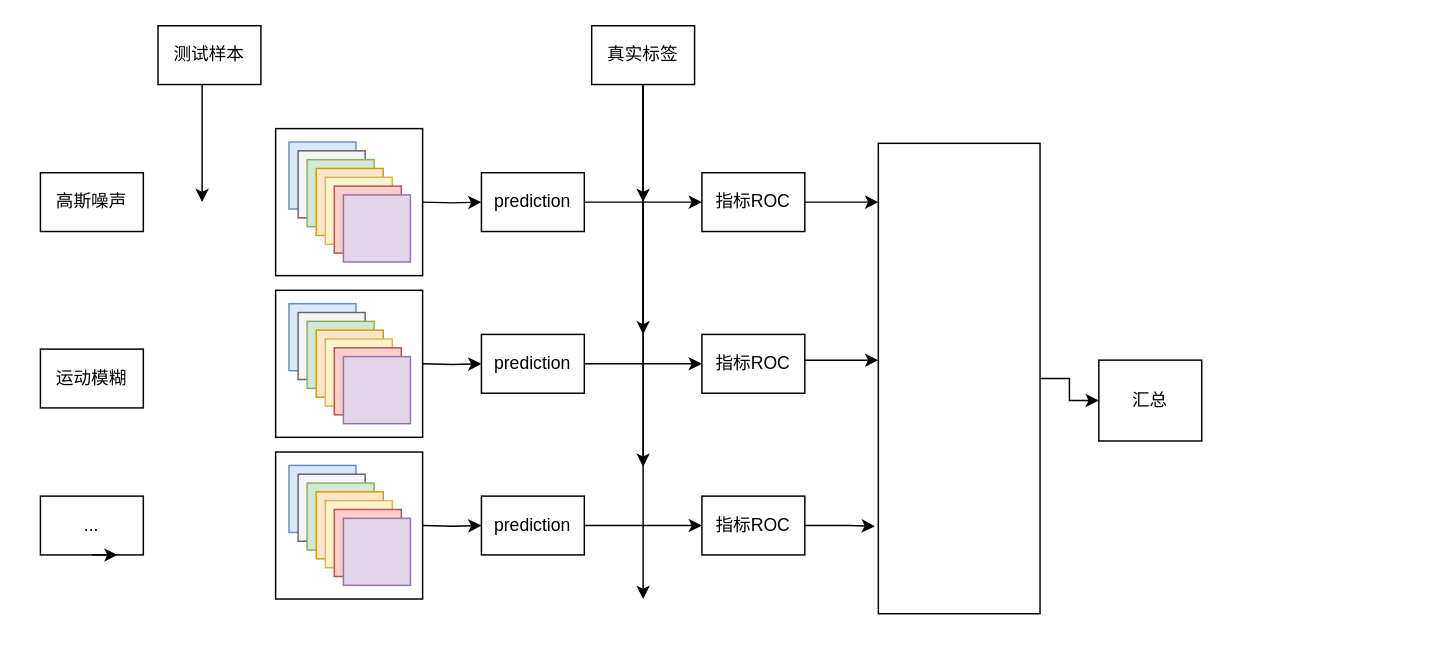
Above: page "Page-4" (4 of 7) of draw.io/Untitled Diagram.drawio in Peiiii/notes (draw.io), before the change. Source tidied: cells renumbered, new cells numbered last; positions are measured from the earlier drawing's top-left corner, leaving out a move shared by most shapes. Both pictures are drawn from the tidied source at 147%, with x=0, y=0 at pixel (40, 25).
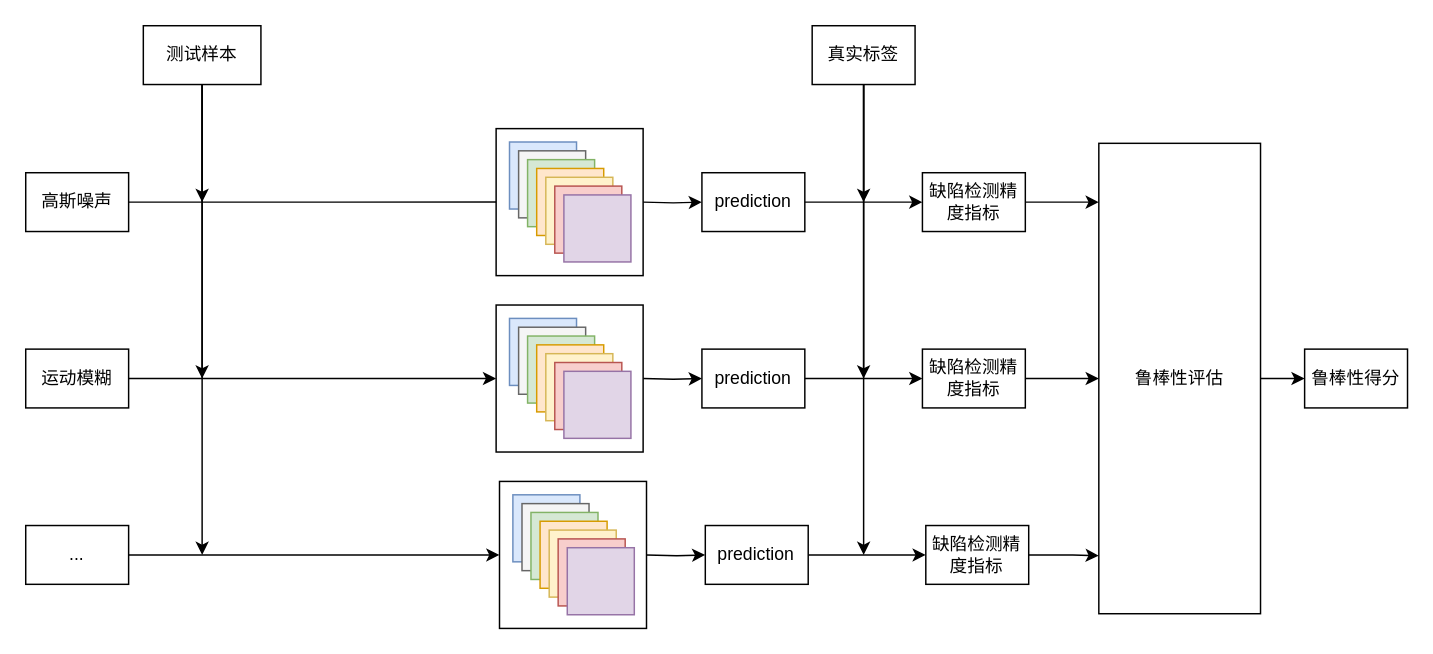
The same diagram, later.

The change refers to these unchanged cells:
```xml
<mxCell id="14" style="rounded=0;whiteSpace=wrap;html=1;fontSize=48;" parent="13" vertex="1">
  <mxGeometry width="100" height="100" as="geometry" />
</mxCell>
<mxCell id="43" style="whiteSpace=wrap;html=1;fontSize=48;fillColor=#ffe6cc;strokeColor=#d79b00;" parent="39" vertex="1">
  <mxGeometry x="18.5" y="18" width="45.6" height="45.6" as="geometry" />
</mxCell>
<mxCell id="48" style="rounded=0;whiteSpace=wrap;html=1;fontSize=48;" parent="47" vertex="1">
  <mxGeometry width="100" height="100" as="geometry" />
</mxCell>
```

The edit, as a diff of the source:
```diff
@@
     <mxCell id="3" style="group;" parent="1" vertex="1">
-      <mxGeometry x="170" y="80" width="350" height="80" as="geometry" />
+      <mxGeometry x="320" y="80" width="350" height="80" as="geometry" />
     </mxCell>
@@
-    <mxCell id="7" value="指标ROC" style="rounded=0;whiteSpace=wrap;html=1;" parent="3" vertex="1">
+    <mxCell id="7" value="缺陷检测精度指标" style="rounded=0;whiteSpace=wrap;html=1;" parent="3" vertex="1">
       <mxGeometry x="280" y="20" width="70" height="40" as="geometry" />
     </mxCell>
     <mxCell id="8" style="group;" parent="1" vertex="1">
-      <mxGeometry x="170" y="170" width="350" height="110" as="geometry" />
+      <mxGeometry x="320" y="170" width="350" height="110" as="geometry" />
     </mxCell>
     <mxCell id="9" style="edgeStyle=orthogonalEdgeStyle;rounded=0;orthogonalLoop=1;jettySize=auto;html=1;fontSize=48;" parent="8" edge="1">
       <mxGeometry relative="1" as="geometry">
-        <mxPoint x="200" y="60" as="sourcePoint" />
-        <mxPoint x="280" y="60" as="targetPoint" />
+        <mxPoint x="200" y="70" as="sourcePoint" />
+        <mxPoint x="280" y="70" as="targetPoint" />
       </mxGeometry>
     </mxCell>
     <mxCell id="10" style="edgeStyle=orthogonalEdgeStyle;rounded=0;orthogonalLoop=1;jettySize=auto;html=1;exitX=1;exitY=0.5;exitDx=0;exitDy=0;entryX=0;entryY=0.5;entryDx=0;entryDy=0;fontSize=48;" parent="8" edge="1">
       <mxGeometry relative="1" as="geometry">
-        <mxPoint x="90" y="60" as="sourcePoint" />
-        <mxPoint x="130" y="60" as="targetPoint" />
+        <mxPoint x="90" y="70" as="sourcePoint" />
+        <mxPoint x="130" y="70" as="targetPoint" />
       </mxGeometry>
     </mxCell>
     <mxCell id="11" value="prediction" style="rounded=0;whiteSpace=wrap;html=1;" parent="8" vertex="1">
-      <mxGeometry x="130" y="40" width="70" height="40" as="geometry" />
+      <mxGeometry x="130" y="50" width="70" height="40" as="geometry" />
     </mxCell>
-    <mxCell id="12" value="指标ROC" style="rounded=0;whiteSpace=wrap;html=1;" parent="8" vertex="1">
-      <mxGeometry x="280" y="40" width="70" height="40" as="geometry" />
+    <mxCell id="12" value="缺陷检测精度指标" style="rounded=0;whiteSpace=wrap;html=1;" parent="8" vertex="1">
+      <mxGeometry x="280" y="50" width="70" height="40" as="geometry" />
     </mxCell>
     <mxCell id="13" style="group;" parent="8" vertex="1">
-      <mxGeometry x="-10" y="10" width="100" height="100" as="geometry" />
+      <mxGeometry x="-10" y="20" width="100" height="100" as="geometry" />
     </mxCell>
@@
-    <mxCell id="23" style="edgeStyle=orthogonalEdgeStyle;rounded=0;jettySize=auto;html=1;exitX=1;exitY=0.5;exitDx=0;exitDy=0;fontSize=48;" parent="1" edge="1" source="24" target="26">
-      <mxGeometry relative="1" as="geometry" />
-    </mxCell>
+    <mxCell id="64" style="edgeStyle=orthogonalEdgeStyle;rounded=0;jettySize=auto;html=1;fontSize=12;" parent="1" edge="1" source="24" target="73">
+      <mxGeometry relative="1" as="geometry" />
+    </mxCell>
     <mxCell id="24" style="rounded=0;whiteSpace=wrap;html=1;fontSize=48;" parent="1" vertex="1">
-      <mxGeometry x="570" y="80" width="110" height="320" as="geometry" />
+      <mxGeometry x="720" y="80" width="110" height="320" as="geometry" />
     </mxCell>
-    <mxCell id="25" style="edgeStyle=orthogonalEdgeStyle;rounded=0;orthogonalLoop=1;jettySize=auto;html=1;exitX=1;exitY=0.5;exitDx=0;exitDy=0;entryX=0;entryY=0.371;entryDx=0;entryDy=0;entryPerimeter=0;fontSize=48;" parent="1" edge="1">
-      <mxGeometry relative="1" as="geometry">
-        <mxPoint x="520" y="227.6" as="sourcePoint" />
-        <mxPoint x="570" y="227.5" as="targetPoint" />
-        <Array as="points">
-          <mxPoint x="550" y="228" />
-          <mxPoint x="550" y="228" />
-        </Array>
-      </mxGeometry>
-    </mxCell>
-    <mxCell id="26" style="rounded=0;whiteSpace=wrap;html=1;fontSize=48;" parent="1" vertex="1">
-      <mxGeometry x="720" y="227.5" width="70" height="55" as="geometry" />
-    </mxCell>
-    <mxCell id="27" value="汇总" style="text;html=1;strokeColor=none;fillColor=none;align=center;verticalAlign=middle;whiteSpace=wrap;rounded=0;fontSize=12;" parent="1" vertex="1">
-      <mxGeometry x="725" y="240" width="60" height="30" as="geometry" />
-    </mxCell>
-    <mxCell id="28" style="edgeStyle=orthogonalEdgeStyle;rounded=0;orthogonalLoop=1;jettySize=auto;html=1;exitX=0.5;exitY=1;exitDx=0;exitDy=0;fontSize=12;" parent="1" edge="1">
-      <mxGeometry relative="1" as="geometry">
-        <mxPoint x="410" y="40" as="sourcePoint" />
-        <mxPoint x="410" y="300" as="targetPoint" />
-      </mxGeometry>
-    </mxCell>
+    <mxCell id="65" style="edgeStyle=orthogonalEdgeStyle;rounded=0;jettySize=auto;html=1;" parent="1" edge="1" source="29" target="43">
+      <mxGeometry relative="1" as="geometry" />
+    </mxCell>
     <mxCell id="29" value="高斯噪声" style="rounded=0;whiteSpace=wrap;html=1;" parent="1" vertex="1">
-      <mxGeometry y="100" width="70" height="40" as="geometry" />
+      <mxGeometry x="-10" y="100" width="70" height="40" as="geometry" />
     </mxCell>
+    <mxCell id="66" style="edgeStyle=orthogonalEdgeStyle;rounded=0;jettySize=auto;html=1;exitX=1;exitY=0.5;exitDx=0;exitDy=0;entryX=0;entryY=0.5;entryDx=0;entryDy=0;fontSize=12;" parent="1" edge="1" source="30" target="14">
+      <mxGeometry relative="1" as="geometry" />
+    </mxCell>
     <mxCell id="30" value="运动模糊" style="rounded=0;whiteSpace=wrap;html=1;" parent="1" vertex="1">
-      <mxGeometry y="220" width="70" height="40" as="geometry" />
+      <mxGeometry x="-10" y="220" width="70" height="40" as="geometry" />
     </mxCell>
+    <mxCell id="67" style="edgeStyle=orthogonalEdgeStyle;rounded=0;jettySize=auto;html=1;exitX=1;exitY=0.5;exitDx=0;exitDy=0;fontSize=12;entryX=0;entryY=0.5;entryDx=0;entryDy=0;" parent="1" edge="1" source="31" target="48">
+      <mxGeometry relative="1" as="geometry" />
+    </mxCell>
     <mxCell id="31" value="..." style="rounded=0;whiteSpace=wrap;html=1;" parent="1" vertex="1">
-      <mxGeometry y="320" width="70" height="40" as="geometry" />
+      <mxGeometry x="-10" y="340" width="70" height="40" as="geometry" />
     </mxCell>
+    <mxCell id="68" style="edgeStyle=orthogonalEdgeStyle;rounded=0;jettySize=auto;html=1;exitX=0.5;exitY=1;exitDx=0;exitDy=0;fontSize=12;" parent="1" edge="1" source="32">
+      <mxGeometry relative="1" as="geometry">
+        <mxPoint x="110" y="240" as="targetPoint" />
+      </mxGeometry>
+    </mxCell>
+    <mxCell id="69" style="edgeStyle=orthogonalEdgeStyle;rounded=0;jettySize=auto;html=1;exitX=0.5;exitY=1;exitDx=0;exitDy=0;fontSize=12;" parent="1" edge="1" source="32">
+      <mxGeometry relative="1" as="geometry">
+        <mxPoint x="110" y="360" as="targetPoint" />
+      </mxGeometry>
+    </mxCell>
     <mxCell id="32" value="测试样本" style="rounded=0;whiteSpace=wrap;html=1;" parent="1" vertex="1">
-      <mxGeometry x="80" width="70" height="40" as="geometry" />
+      <mxGeometry x="70" width="80" height="40" as="geometry" />
     </mxCell>
     <mxCell id="33" style="edgeStyle=orthogonalEdgeStyle;rounded=0;jettySize=auto;html=1;exitX=0.5;exitY=1;exitDx=0;exitDy=0;" parent="1" edge="1" source="36">
       <mxGeometry relative="1" as="geometry">
-        <mxPoint x="410" y="120" as="targetPoint" />
+        <mxPoint x="560" y="120" as="targetPoint" />
       </mxGeometry>
     </mxCell>
-    <mxCell id="34" style="edgeStyle=orthogonalEdgeStyle;rounded=0;jettySize=auto;html=1;exitX=0.5;exitY=1;exitDx=0;exitDy=0;" parent="1" edge="1" source="36">
-      <mxGeometry relative="1" as="geometry">
-        <mxPoint x="410" y="210" as="targetPoint" />
-      </mxGeometry>
-    </mxCell>
-    <mxCell id="35" style="edgeStyle=orthogonalEdgeStyle;rounded=0;jettySize=auto;html=1;exitX=0.5;exitY=1;exitDx=0;exitDy=0;" parent="1" edge="1" source="36">
-      <mxGeometry relative="1" as="geometry">
-        <mxPoint x="410" y="390" as="targetPoint" />
-      </mxGeometry>
-    </mxCell>
+    <mxCell id="70" style="edgeStyle=orthogonalEdgeStyle;rounded=0;jettySize=auto;html=1;exitX=0.5;exitY=1;exitDx=0;exitDy=0;fontSize=12;" parent="1" edge="1" source="36">
+      <mxGeometry relative="1" as="geometry">
+        <mxPoint x="560" y="240" as="targetPoint" />
+      </mxGeometry>
+    </mxCell>
+    <mxCell id="71" style="edgeStyle=orthogonalEdgeStyle;rounded=0;jettySize=auto;html=1;exitX=0.5;exitY=1;exitDx=0;exitDy=0;fontSize=12;" parent="1" edge="1" source="36">
+      <mxGeometry relative="1" as="geometry">
+        <mxPoint x="560" y="360" as="targetPoint" />
+      </mxGeometry>
+    </mxCell>
     <mxCell id="36" value="真实标签" style="rounded=0;whiteSpace=wrap;html=1;" parent="1" vertex="1">
-      <mxGeometry x="375" width="70" height="40" as="geometry" />
+      <mxGeometry x="525" width="70" height="40" as="geometry" />
     </mxCell>
     <mxCell id="37" style="group;" parent="1" vertex="1">
-      <mxGeometry x="160" y="70" width="100" height="100" as="geometry" />
+      <mxGeometry x="310" y="70" width="100" height="100" as="geometry" />
     </mxCell>
@@
     <mxCell id="47" style="group;" parent="1" vertex="1">
-      <mxGeometry x="160" y="290" width="100" height="100" as="geometry" />
+      <mxGeometry x="312.3" y="310" width="100" height="100" as="geometry" />
     </mxCell>
@@
     <mxCell id="57" style="edgeStyle=orthogonalEdgeStyle;rounded=0;orthogonalLoop=1;jettySize=auto;html=1;fontSize=48;" parent="1" edge="1">
       <mxGeometry relative="1" as="geometry">
-        <mxPoint x="370" y="340" as="sourcePoint" />
-        <mxPoint x="450" y="340" as="targetPoint" />
+        <mxPoint x="522.3" y="360" as="sourcePoint" />
+        <mxPoint x="602.3" y="360" as="targetPoint" />
       </mxGeometry>
     </mxCell>
     <mxCell id="58" style="edgeStyle=orthogonalEdgeStyle;rounded=0;orthogonalLoop=1;jettySize=auto;html=1;exitX=1;exitY=0.5;exitDx=0;exitDy=0;entryX=0;entryY=0.5;entryDx=0;entryDy=0;fontSize=48;" parent="1" edge="1">
       <mxGeometry relative="1" as="geometry">
-        <mxPoint x="260" y="340" as="sourcePoint" />
-        <mxPoint x="300" y="340" as="targetPoint" />
+        <mxPoint x="412.3" y="360" as="sourcePoint" />
+        <mxPoint x="452.3" y="360" as="targetPoint" />
       </mxGeometry>
     </mxCell>
     <mxCell id="59" value="prediction" style="rounded=0;whiteSpace=wrap;html=1;" parent="1" vertex="1">
-      <mxGeometry x="300" y="320" width="70" height="40" as="geometry" />
+      <mxGeometry x="452.3" y="340" width="70" height="40" as="geometry" />
     </mxCell>
-    <mxCell id="60" value="指标ROC" style="rounded=0;whiteSpace=wrap;html=1;" parent="1" vertex="1">
-      <mxGeometry x="450" y="320" width="70" height="40" as="geometry" />
+    <mxCell id="60" value="缺陷检测精度指标" style="rounded=0;whiteSpace=wrap;html=1;" parent="1" vertex="1">
+      <mxGeometry x="602.3" y="340" width="70" height="40" as="geometry" />
     </mxCell>
     <mxCell id="61" style="edgeStyle=orthogonalEdgeStyle;rounded=0;orthogonalLoop=1;jettySize=auto;html=1;exitX=1;exitY=0.5;exitDx=0;exitDy=0;entryX=-0.021;entryY=0.887;entryDx=0;entryDy=0;entryPerimeter=0;fontSize=48;" parent="1" edge="1">
       <mxGeometry relative="1" as="geometry">
-        <mxPoint x="520" y="340" as="sourcePoint" />
-        <mxPoint x="567.7" y="340.5" as="targetPoint" />
+        <mxPoint x="672.3" y="360" as="sourcePoint" />
+        <mxPoint x="720" y="360.5" as="targetPoint" />
         <Array as="points">
-          <mxPoint x="550" y="340" />
-          <mxPoint x="550" y="340" />
+          <mxPoint x="702.3" y="360" />
+          <mxPoint x="702.3" y="360" />
         </Array>
       </mxGeometry>
     </mxCell>
     <mxCell id="62" style="edgeStyle=orthogonalEdgeStyle;rounded=0;jettySize=auto;html=1;" parent="1" edge="1" source="7">
       <mxGeometry relative="1" as="geometry">
-        <mxPoint x="570" y="120" as="targetPoint" />
+        <mxPoint x="720" y="120" as="targetPoint" />
       </mxGeometry>
     </mxCell>
-    <mxCell id="63" style="edgeStyle=orthogonalEdgeStyle;rounded=0;orthogonalLoop=1;jettySize=auto;html=1;exitX=0.5;exitY=1;exitDx=0;exitDy=0;entryX=0.75;entryY=1;entryDx=0;entryDy=0;" parent="1" edge="1" source="31" target="31">
-      <mxGeometry relative="1" as="geometry" />
-    </mxCell>
+    <mxCell id="72" value="鲁棒性评估" style="text;html=1;strokeColor=none;fillColor=none;align=center;verticalAlign=middle;whiteSpace=wrap;rounded=0;fontSize=12;" parent="1" vertex="1">
+      <mxGeometry x="740" y="225" width="70" height="30" as="geometry" />
+    </mxCell>
+    <mxCell id="73" value="鲁棒性得分" style="rounded=0;whiteSpace=wrap;html=1;" parent="1" vertex="1">
+      <mxGeometry x="860" y="220" width="70" height="40" as="geometry" />
+    </mxCell>
+    <mxCell id="74" style="edgeStyle=orthogonalEdgeStyle;rounded=0;jettySize=auto;html=1;exitX=1;exitY=0.5;exitDx=0;exitDy=0;entryX=0;entryY=0.5;entryDx=0;entryDy=0;fontSize=12;" parent="1" edge="1" source="12" target="24">
+      <mxGeometry relative="1" as="geometry" />
+    </mxCell>
```
